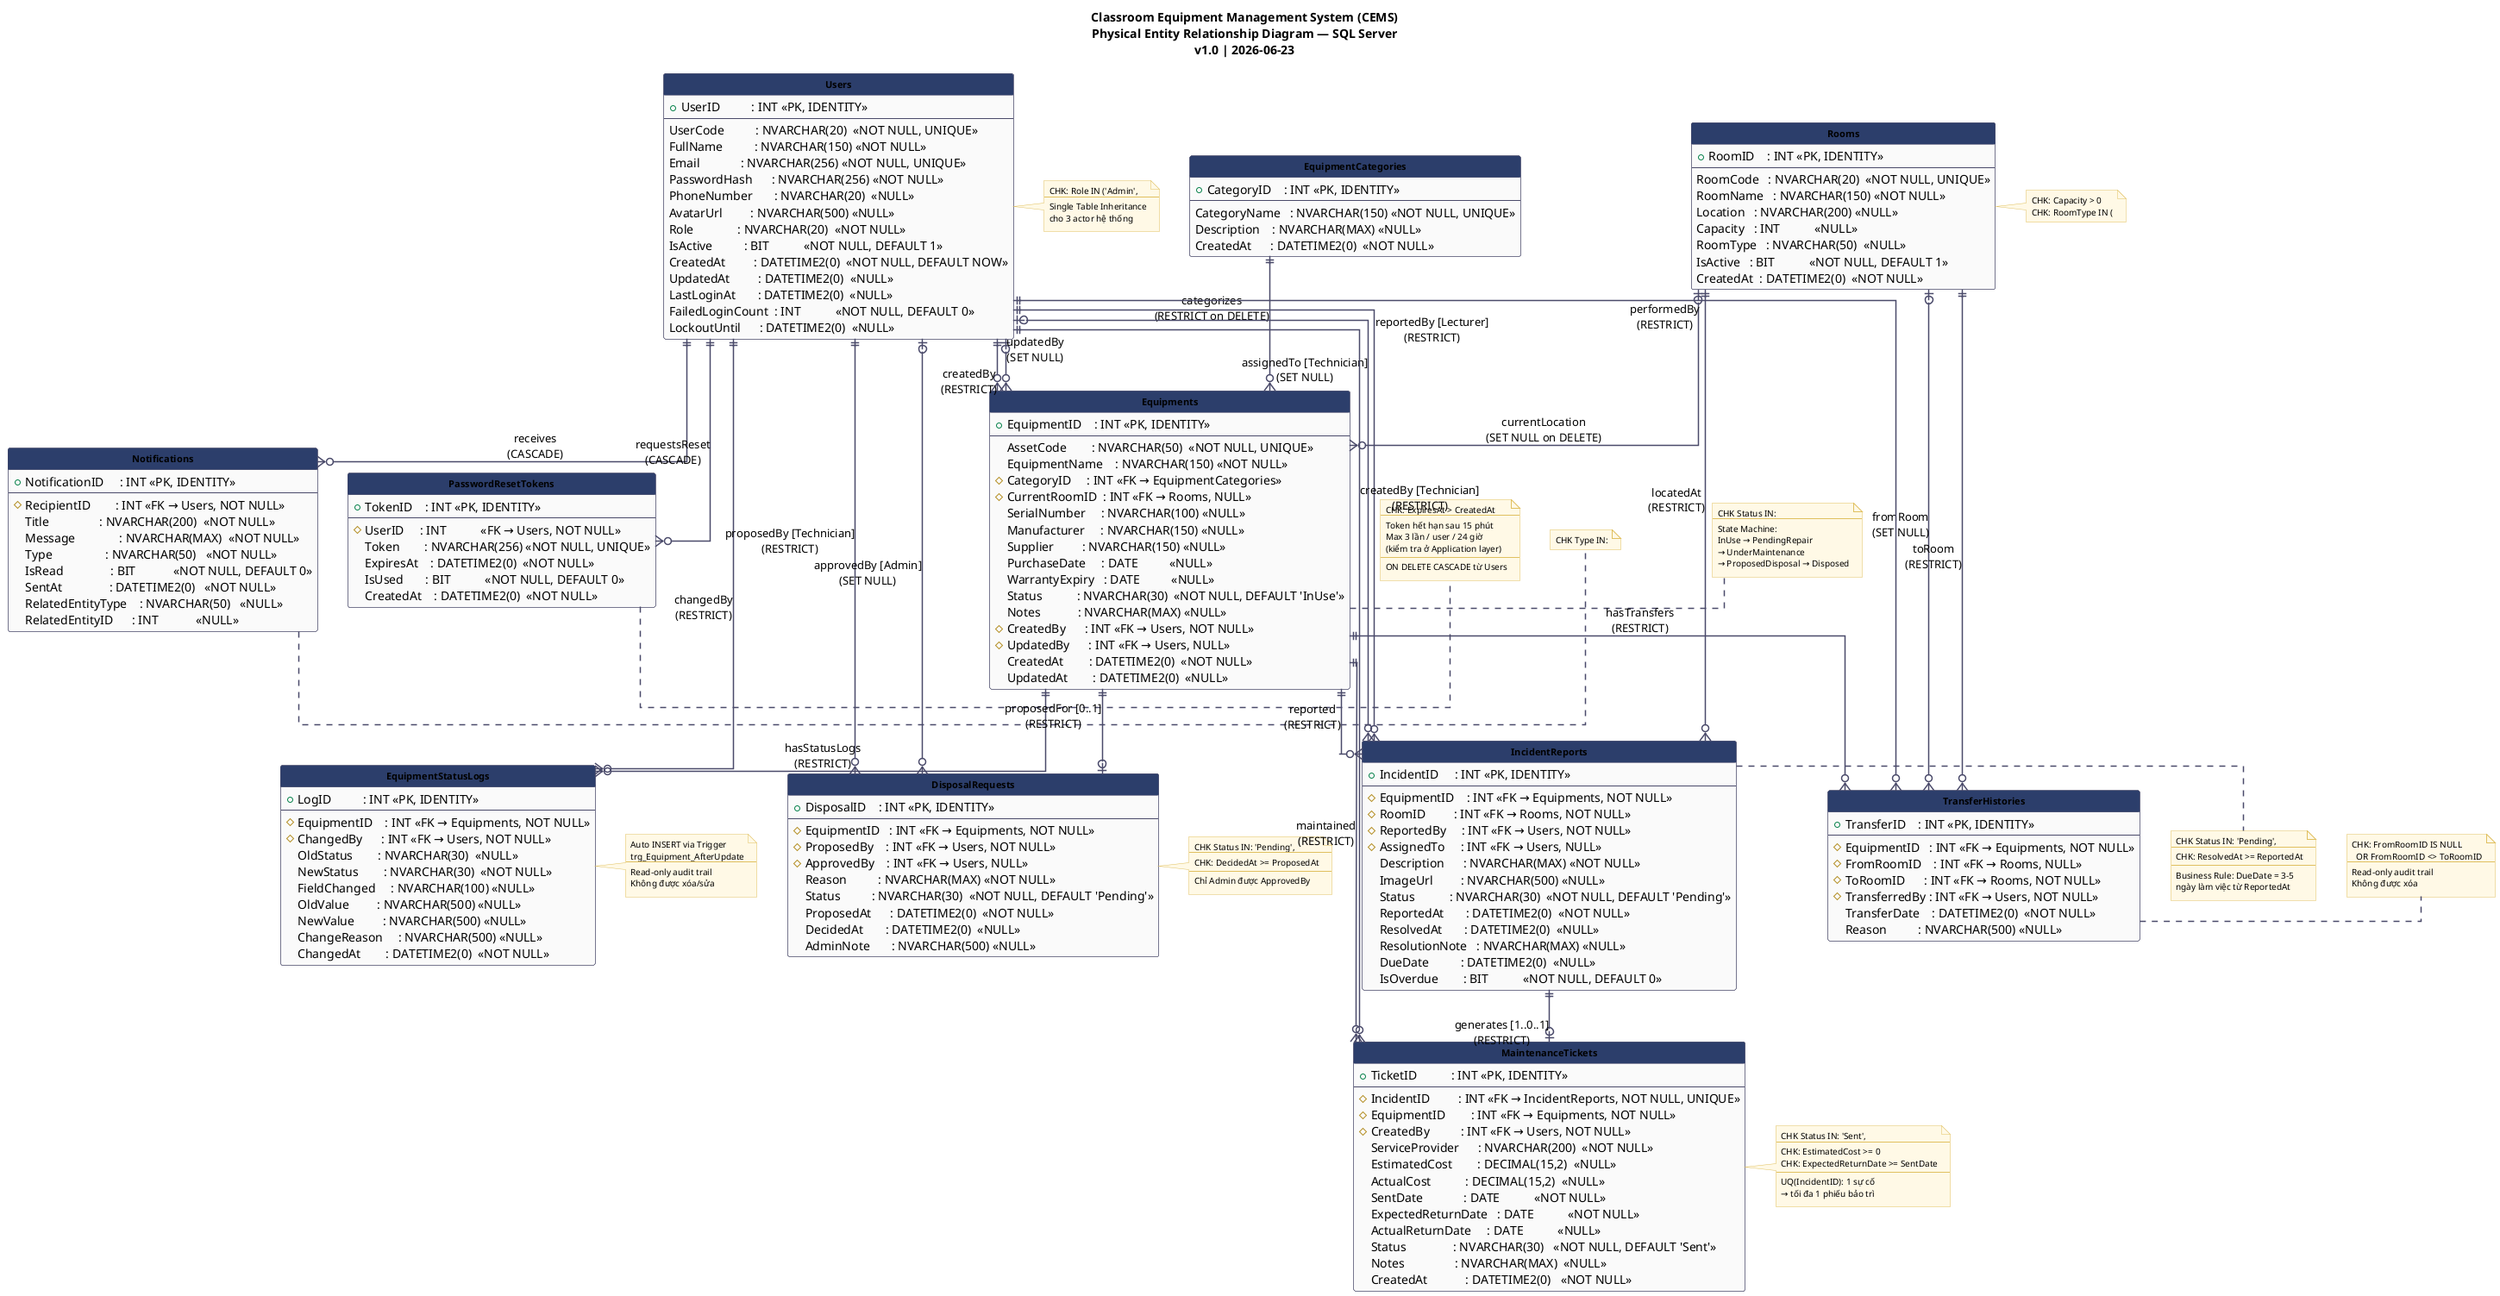
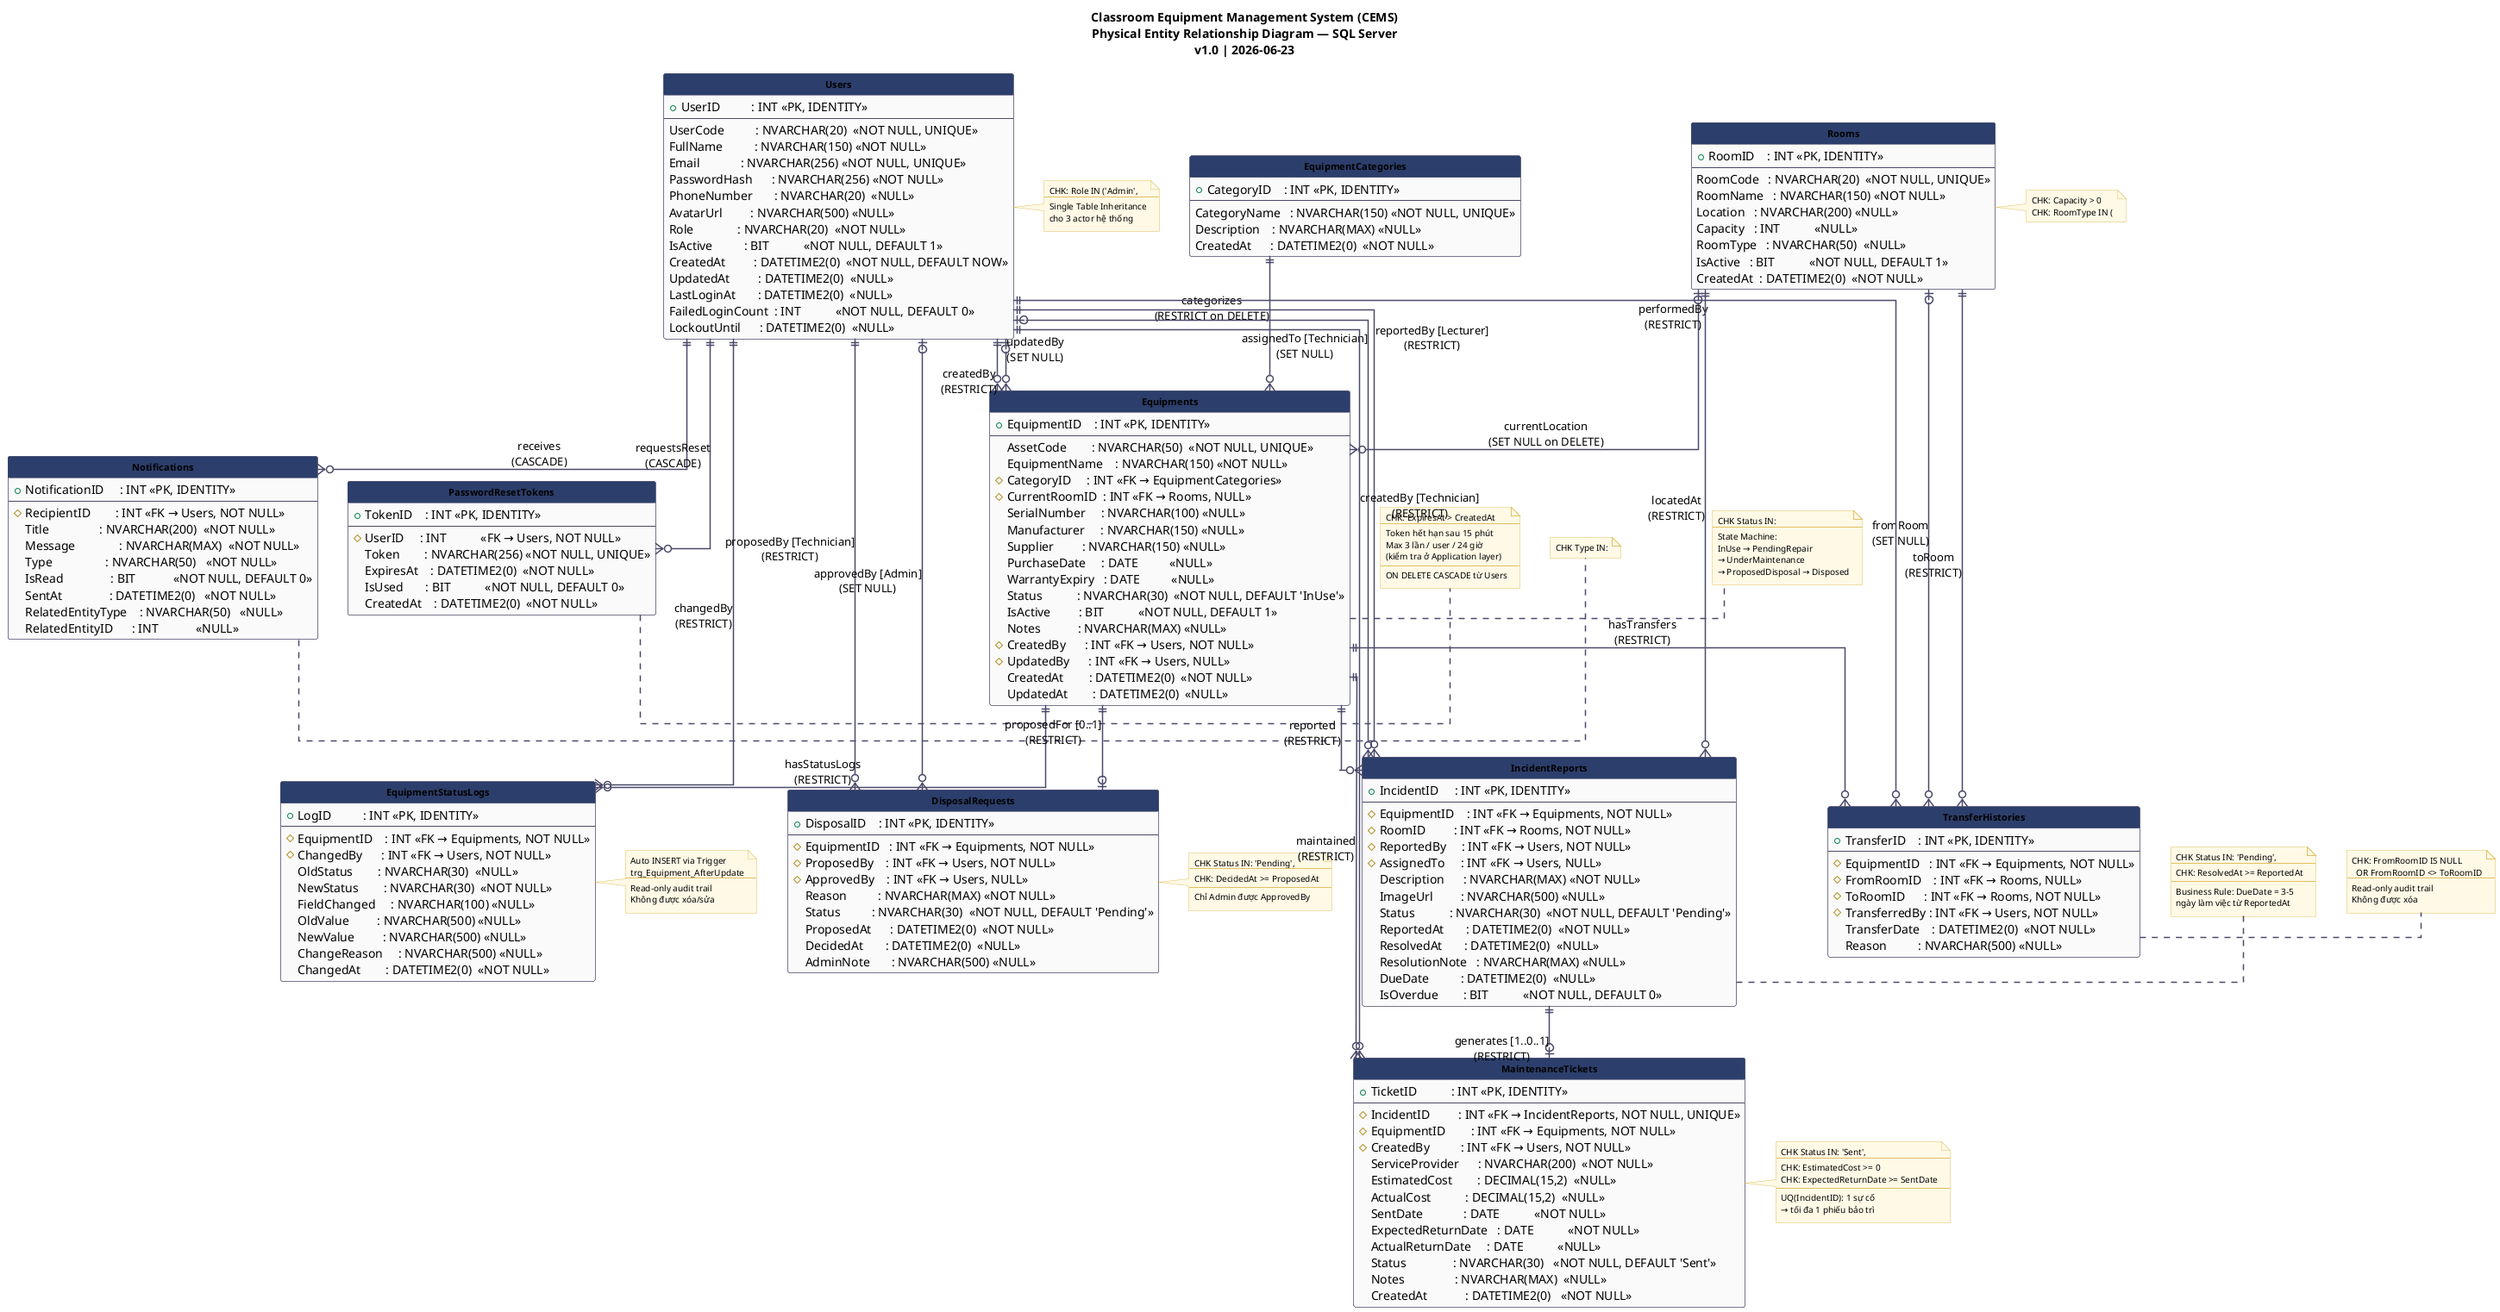
@startuml CEMS_Physical_ERD
title Classroom Equipment Management System (CEMS)\nPhysical Entity Relationship Diagram — SQL Server\nv1.0 | 2026-06-23

hide circle
hide empty methods
skinparam linetype ortho

skinparam class {
    BackgroundColor          #FAFAFA
    BorderColor              #4A4A6A
    HeaderBackgroundColor    #2C3E6B
    HeaderFontColor          #FFFFFF
    HeaderFontSize           13
    FontSize                 11
    FontName                 "Segoe UI"
    ArrowColor               #4A4A6A
    ArrowThickness           1.5
}

skinparam note {
    BackgroundColor #FFF9E6
    BorderColor     #E0C060
    FontSize        10
}

' ============================================================
'  TABLE: Users
' ============================================================
entity "**Users**" as Users {
    + UserID          : INT <<PK, IDENTITY>>
    --
    UserCode          : NVARCHAR(20)  <<NOT NULL, UNIQUE>>
    FullName          : NVARCHAR(150) <<NOT NULL>>
    Email             : NVARCHAR(256) <<NOT NULL, UNIQUE>>
    PasswordHash      : NVARCHAR(256) <<NOT NULL>>
    PhoneNumber       : NVARCHAR(20)  <<NULL>>
    AvatarUrl         : NVARCHAR(500) <<NULL>>
    Role              : NVARCHAR(20)  <<NOT NULL>>
    IsActive          : BIT           <<NOT NULL, DEFAULT 1>>
    CreatedAt         : DATETIME2(0)  <<NOT NULL, DEFAULT NOW>>
    UpdatedAt         : DATETIME2(0)  <<NULL>>
    LastLoginAt       : DATETIME2(0)  <<NULL>>
    FailedLoginCount  : INT           <<NOT NULL, DEFAULT 0>>
    LockoutUntil      : DATETIME2(0)  <<NULL>>
}

note right of Users
  CHK: Role IN ('Admin',
  'Technician', 'Lecturer')
  ---
  Single Table Inheritance
  cho 3 actor hệ thống
end note

' ============================================================
'  TABLE: Rooms
' ============================================================
entity "**Rooms**" as Rooms {
    + RoomID    : INT <<PK, IDENTITY>>
    --
    RoomCode   : NVARCHAR(20)  <<NOT NULL, UNIQUE>>
    RoomName   : NVARCHAR(150) <<NOT NULL>>
    Location   : NVARCHAR(200) <<NULL>>
    Capacity   : INT           <<NULL>>
    RoomType   : NVARCHAR(50)  <<NULL>>
    IsActive   : BIT           <<NOT NULL, DEFAULT 1>>
    CreatedAt  : DATETIME2(0)  <<NOT NULL>>
}

note right of Rooms
  CHK: Capacity > 0
  CHK: RoomType IN (
    'Lý thuyết', 'Thực hành',
    'Hội trường', 'Khác')
end note

' ============================================================
'  TABLE: EquipmentCategories
' ============================================================
entity "**EquipmentCategories**" as EquipmentCategories {
    + CategoryID    : INT <<PK, IDENTITY>>
    --
    CategoryName   : NVARCHAR(150) <<NOT NULL, UNIQUE>>
    Description    : NVARCHAR(MAX) <<NULL>>
    CreatedAt      : DATETIME2(0)  <<NOT NULL>>
}

' ============================================================
'  TABLE: Equipments
' ============================================================
entity "**Equipments**" as Equipments {
    + EquipmentID    : INT <<PK, IDENTITY>>
    --
    AssetCode        : NVARCHAR(50)  <<NOT NULL, UNIQUE>>
    EquipmentName    : NVARCHAR(150) <<NOT NULL>>
    # CategoryID     : INT <<FK → EquipmentCategories>>
    # CurrentRoomID  : INT <<FK → Rooms, NULL>>
    SerialNumber     : NVARCHAR(100) <<NULL>>
    Manufacturer     : NVARCHAR(150) <<NULL>>
    Supplier         : NVARCHAR(150) <<NULL>>
    PurchaseDate     : DATE          <<NULL>>
    WarrantyExpiry   : DATE          <<NULL>>
    Status           : NVARCHAR(30)  <<NOT NULL, DEFAULT 'InUse'>>
+     IsActive         : BIT           <<NOT NULL, DEFAULT 1>>
    Notes            : NVARCHAR(MAX) <<NULL>>
    # CreatedBy      : INT <<FK → Users, NOT NULL>>
    # UpdatedBy      : INT <<FK → Users, NULL>>
    CreatedAt        : DATETIME2(0)  <<NOT NULL>>
    UpdatedAt        : DATETIME2(0)  <<NULL>>
}

note right of Equipments
  CHK Status IN:
  'InUse', 'PendingRepair',
  'UnderMaintenance',
  'ProposedDisposal', 'Disposed'
  ---
  State Machine:
  InUse → PendingRepair
  → UnderMaintenance
  → ProposedDisposal → Disposed
end note

' ============================================================
'  TABLE: TransferHistories
' ============================================================
entity "**TransferHistories**" as TransferHistories {
    + TransferID    : INT <<PK, IDENTITY>>
    --
    # EquipmentID   : INT <<FK → Equipments, NOT NULL>>
    # FromRoomID    : INT <<FK → Rooms, NULL>>
    # ToRoomID      : INT <<FK → Rooms, NOT NULL>>
    # TransferredBy : INT <<FK → Users, NOT NULL>>
    TransferDate    : DATETIME2(0)  <<NOT NULL>>
    Reason          : NVARCHAR(500) <<NULL>>
}

note right of TransferHistories
  CHK: FromRoomID IS NULL
    OR FromRoomID <> ToRoomID
  ---
  Read-only audit trail
  Không được xóa
end note

' ============================================================
'  TABLE: EquipmentStatusLogs
' ============================================================
entity "**EquipmentStatusLogs**" as EquipmentStatusLogs {
    + LogID          : INT <<PK, IDENTITY>>
    --
    # EquipmentID    : INT <<FK → Equipments, NOT NULL>>
    # ChangedBy      : INT <<FK → Users, NOT NULL>>
    OldStatus        : NVARCHAR(30)  <<NULL>>
    NewStatus        : NVARCHAR(30)  <<NOT NULL>>
    FieldChanged     : NVARCHAR(100) <<NULL>>
    OldValue         : NVARCHAR(500) <<NULL>>
    NewValue         : NVARCHAR(500) <<NULL>>
    ChangeReason     : NVARCHAR(500) <<NULL>>
    ChangedAt        : DATETIME2(0)  <<NOT NULL>>
}

note right of EquipmentStatusLogs
  Auto INSERT via Trigger
  trg_Equipment_AfterUpdate
  ---
  Read-only audit trail
  Không được xóa/sửa
end note

' ============================================================
'  TABLE: IncidentReports
' ============================================================
entity "**IncidentReports**" as IncidentReports {
    + IncidentID     : INT <<PK, IDENTITY>>
    --
    # EquipmentID    : INT <<FK → Equipments, NOT NULL>>
    # RoomID         : INT <<FK → Rooms, NOT NULL>>
    # ReportedBy     : INT <<FK → Users, NOT NULL>>
    # AssignedTo     : INT <<FK → Users, NULL>>
    Description      : NVARCHAR(MAX) <<NOT NULL>>
    ImageUrl         : NVARCHAR(500) <<NULL>>
    Status           : NVARCHAR(30)  <<NOT NULL, DEFAULT 'Pending'>>
    ReportedAt       : DATETIME2(0)  <<NOT NULL>>
    ResolvedAt       : DATETIME2(0)  <<NULL>>
    ResolutionNote   : NVARCHAR(MAX) <<NULL>>
    DueDate          : DATETIME2(0)  <<NULL>>
    IsOverdue        : BIT           <<NOT NULL, DEFAULT 0>>
}

note right of IncidentReports
  CHK Status IN: 'Pending',
  'InProgress', 'Resolved',
  'Cancelled'
  ---
  CHK: ResolvedAt >= ReportedAt
  ---
  Business Rule: DueDate = 3-5
  ngày làm việc từ ReportedAt
end note

' ============================================================
'  TABLE: MaintenanceTickets
' ============================================================
entity "**MaintenanceTickets**" as MaintenanceTickets {
    + TicketID           : INT <<PK, IDENTITY>>
    --
    # IncidentID         : INT <<FK → IncidentReports, NOT NULL, UNIQUE>>
    # EquipmentID        : INT <<FK → Equipments, NOT NULL>>
    # CreatedBy          : INT <<FK → Users, NOT NULL>>
    ServiceProvider      : NVARCHAR(200)  <<NOT NULL>>
    EstimatedCost        : DECIMAL(15,2)  <<NULL>>
    ActualCost           : DECIMAL(15,2)  <<NULL>>
    SentDate             : DATE           <<NOT NULL>>
    ExpectedReturnDate   : DATE           <<NOT NULL>>
    ActualReturnDate     : DATE           <<NULL>>
    Status               : NVARCHAR(30)   <<NOT NULL, DEFAULT 'Sent'>>
    Notes                : NVARCHAR(MAX)  <<NULL>>
    CreatedAt            : DATETIME2(0)   <<NOT NULL>>
}

note right of MaintenanceTickets
  CHK Status IN: 'Sent',
  'Returned', 'Cancelled'
  ---
  CHK: EstimatedCost >= 0
  CHK: ExpectedReturnDate >= SentDate
  ---
  UQ(IncidentID): 1 sự cố
  → tối đa 1 phiếu bảo trì
end note

' ============================================================
'  TABLE: DisposalRequests
' ============================================================
entity "**DisposalRequests**" as DisposalRequests {
    + DisposalID    : INT <<PK, IDENTITY>>
    --
    # EquipmentID   : INT <<FK → Equipments, NOT NULL>>
    # ProposedBy    : INT <<FK → Users, NOT NULL>>
    # ApprovedBy    : INT <<FK → Users, NULL>>
    Reason          : NVARCHAR(MAX) <<NOT NULL>>
    Status          : NVARCHAR(30)  <<NOT NULL, DEFAULT 'Pending'>>
    ProposedAt      : DATETIME2(0)  <<NOT NULL>>
    DecidedAt       : DATETIME2(0)  <<NULL>>
    AdminNote       : NVARCHAR(500) <<NULL>>
}

note right of DisposalRequests
  CHK Status IN: 'Pending',
  'Approved', 'Rejected'
  ---
  CHK: DecidedAt >= ProposedAt
  ---
  Chỉ Admin được ApprovedBy
end note

' ============================================================
'  TABLE: Notifications
' ============================================================
entity "**Notifications**" as Notifications {
    + NotificationID     : INT <<PK, IDENTITY>>
    --
    # RecipientID        : INT <<FK → Users, NOT NULL>>
    Title                : NVARCHAR(200)  <<NOT NULL>>
    Message              : NVARCHAR(MAX)  <<NOT NULL>>
    Type                 : NVARCHAR(50)   <<NOT NULL>>
    IsRead               : BIT            <<NOT NULL, DEFAULT 0>>
    SentAt               : DATETIME2(0)   <<NOT NULL>>
    RelatedEntityType    : NVARCHAR(50)   <<NULL>>
    RelatedEntityID      : INT            <<NULL>>
}

note right of Notifications
  CHK Type IN:
  'IncidentReported',
  'IncidentResolved',
  'PasswordReset',
  'WarrantyExpiry',
  'DisposalProposed',
  'DisposalDecided'
end note

' ============================================================
'  TABLE: PasswordResetTokens
' ============================================================
entity "**PasswordResetTokens**" as PasswordResetTokens {
    + TokenID    : INT <<PK, IDENTITY>>
    --
    # UserID     : INT           <<FK → Users, NOT NULL>>
    Token        : NVARCHAR(256) <<NOT NULL, UNIQUE>>
    ExpiresAt    : DATETIME2(0)  <<NOT NULL>>
    IsUsed       : BIT           <<NOT NULL, DEFAULT 0>>
    CreatedAt    : DATETIME2(0)  <<NOT NULL>>
}

note right of PasswordResetTokens
  CHK: ExpiresAt > CreatedAt
  ---
  Token hết hạn sau 15 phút
  Max 3 lần / user / 24 giờ
  (kiểm tra ở Application layer)
  ---
  ON DELETE CASCADE từ Users
end note

' ============================================================
'  RELATIONSHIPS
' ============================================================

' --- EquipmentCategories → Equipments ---
EquipmentCategories ||--o{ Equipments : "categorizes\n(RESTRICT on DELETE)"

' --- Rooms → Equipments (current location) ---
Rooms |o--o{ Equipments : "currentLocation\n(SET NULL on DELETE)"

' --- Users → Equipments (createdBy / updatedBy) ---
Users ||--o{ Equipments : "createdBy\n(RESTRICT)"
Users |o--o{ Equipments : "updatedBy\n(SET NULL)"

' --- Equipments → TransferHistories ---
Equipments ||--o{ TransferHistories : "hasTransfers\n(RESTRICT)"

' --- Rooms → TransferHistories ---
Rooms |o--o{ TransferHistories : "fromRoom\n(SET NULL)"
Rooms ||--o{ TransferHistories : "toRoom\n(RESTRICT)"

' --- Users → TransferHistories ---
Users ||--o{ TransferHistories : "performedBy\n(RESTRICT)"

' --- Equipments → EquipmentStatusLogs ---
Equipments ||--o{ EquipmentStatusLogs : "hasStatusLogs\n(RESTRICT)"

' --- Users → EquipmentStatusLogs ---
Users ||--o{ EquipmentStatusLogs : "changedBy\n(RESTRICT)"

' --- Equipments → IncidentReports ---
Equipments ||--o{ IncidentReports : "reported\n(RESTRICT)"

' --- Rooms → IncidentReports ---
Rooms ||--o{ IncidentReports : "locatedAt\n(RESTRICT)"

' --- Users → IncidentReports ---
Users ||--o{ IncidentReports : "reportedBy [Lecturer]\n(RESTRICT)"
Users |o--o{ IncidentReports : "assignedTo [Technician]\n(SET NULL)"

' --- IncidentReports → MaintenanceTickets ---
IncidentReports ||--o| MaintenanceTickets : "generates [1..0..1]\n(RESTRICT)"

' --- Equipments → MaintenanceTickets ---
Equipments ||--o{ MaintenanceTickets : "maintained\n(RESTRICT)"

' --- Users → MaintenanceTickets ---
Users ||--o{ MaintenanceTickets : "createdBy [Technician]\n(RESTRICT)"

' --- Equipments → DisposalRequests ---
Equipments ||--o| DisposalRequests : "proposedFor [0..1]\n(RESTRICT)"

' --- Users → DisposalRequests ---
Users ||--o{ DisposalRequests : "proposedBy [Technician]\n(RESTRICT)"
Users |o--o{ DisposalRequests : "approvedBy [Admin]\n(SET NULL)"

' --- Users → Notifications ---
Users ||--o{ Notifications : "receives\n(CASCADE)"

' --- Users → PasswordResetTokens ---
Users ||--o{ PasswordResetTokens : "requestsReset\n(CASCADE)"

@enduml
